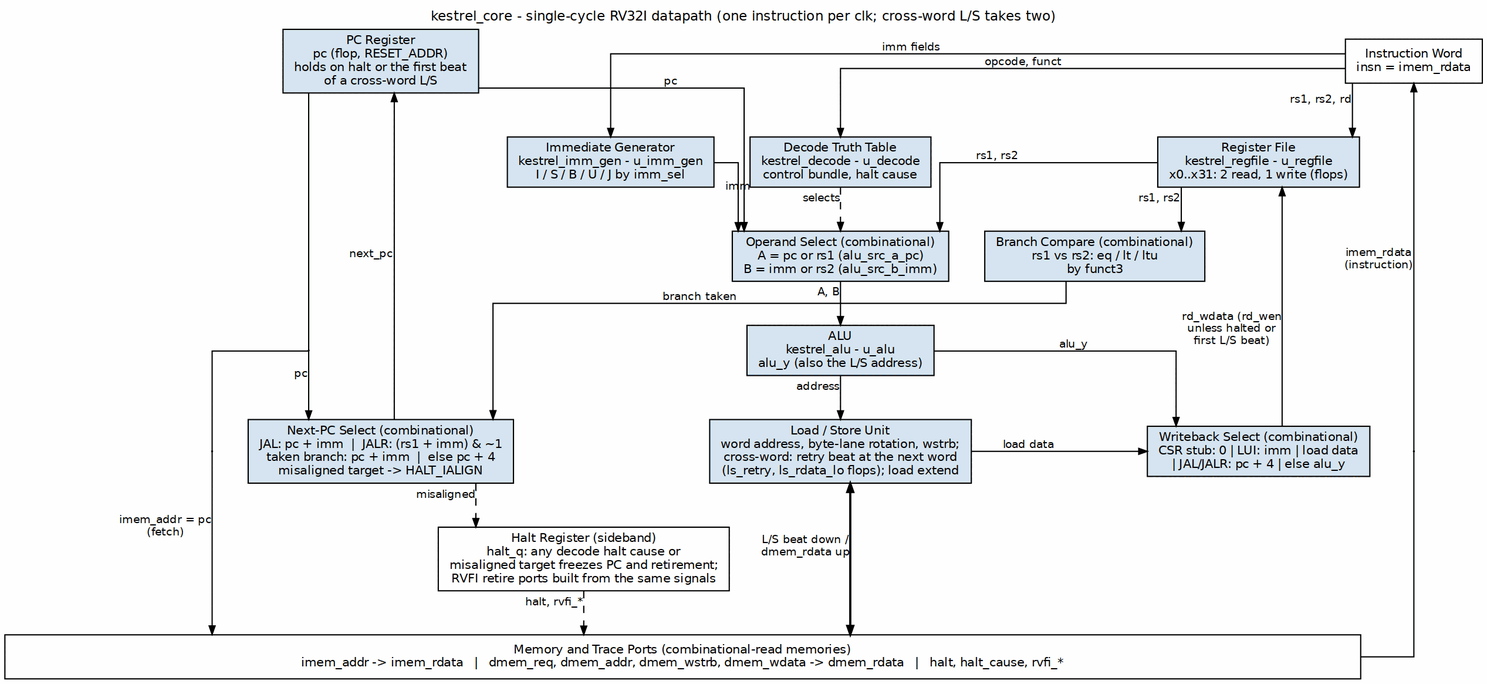
Earlier version of the Graphviz export projects/components/riscv-ip/kestrel-rv32i/docs/kestrel_mas/assets/graphviz/kestrel_datapath.png (sean-galloway/RTLDesignSherpa). Its source is kept beside it as projects/components/riscv-ip/kestrel-rv32i/docs/kestrel_mas/assets/graphviz/kestrel_datapath.dot. Source of this version:
```dot
digraph kestrel_datapath {
    graph [rankdir=TB, bgcolor="white", fontname="Helvetica", fontsize=11,
           nodesep="0.40", ranksep="0.50", splines=ortho, newrank=true,
           labelloc=t, labeljust=c];
    node  [fontname="Helvetica", fontsize=10, shape=box, style=filled,
           fillcolor="#D6E4F0", color="black", margin="0.12,0.06"];
    edge  [fontname="Helvetica", fontsize=9, color="black", arrowsize=0.7];
    label="kestrel_core - single-cycle RV32I datapath (one instruction per clk; cross-word L/S takes two)";

    pc    [label="PC Register\npc (flop, RESET_ADDR)\nholds on halt or the first beat\nof a cross-word L/S", group=L];
    dec   [label="Decode Truth Table\nkestrel_decode - u_decode\ncontrol bundle, halt cause", group=C];
    immg  [label="Immediate Generator\nkestrel_imm_gen - u_imm_gen\nI / S / B / U / J by imm_sel", group=I];
    rf    [label="Register File\nkestrel_regfile - u_regfile\nx0..x31: 2 read, 1 write (flops)", group=R];

    srcm  [label="Operand Select (combinational)\nA = pc or rs1 (alu_src_a_pc)\nB = imm or rs2 (alu_src_b_imm)", group=C];
    cmp   [label="Branch Compare (combinational)\nrs1 vs rs2: eq / lt / ltu\nby funct3", group=I];
    alu   [label="ALU\nkestrel_alu - u_alu\nalu_y (also the L/S address)", group=C];
    npc   [label="Next-PC Select (combinational)\nJAL: pc + imm  |  JALR: (rs1 + imm) & ~1\ntaken branch: pc + imm  |  else pc + 4\nmisaligned target -> HALT_IALIGN", group=L];
    lsu   [label="Load / Store Unit\nword address, byte-lane rotation, wstrb;\ncross-word: retry beat at the next word\n(ls_retry, ls_rdata_lo flops); load extend", group=C];
    wb    [label="Writeback Select (combinational)\nCSR stub: 0 | LUI: imm | load data\n| JAL/JALR: pc + 4 | else alu_y", group=R];
    hlt   [label="Halt Register (sideband)\nhalt_q: any decode halt cause or\nmisaligned target freezes PC and retirement;\nRVFI retire ports built from the same signals", fillcolor="white"];

    bar   [label="Memory and Trace Ports (combinational-read memories)\nimem_addr -> imem_rdata   |   dmem_req, dmem_addr, dmem_wstrb, dmem_wdata -> dmem_rdata   |   halt, halt_cause, rvfi_*",
           fillcolor="white", width=15.4];

    p_pc  [shape=point, width=0.01, group=L];
    pc    -> p_pc [arrowhead=none, headclip=false];
    p_pc  -> npc  [tailclip=false, xlabel="pc"];
    p_f   [shape=point, width=0.01, group=F];
    p_pc  -> p_f  [arrowhead=none, tailclip=false, headclip=false];
    p_f   -> bar  [tailclip=false, xlabel="imem_addr = pc\n(fetch)"];
    p_r   [shape=point, width=0.01, group=Q];
    insn  -> p_r  [dir=back, headclip=false, xlabel="imem_rdata\n(instruction)"];
    p_r   -> bar  [dir=none, tailclip=false];

    insn  [label="Instruction Word\ninsn = imem_rdata", fillcolor="white", group=Q];
    insn  -> dec  [xlabel="opcode, funct"];
    insn  -> immg [xlabel="imm fields"];
    insn  -> rf   [xlabel="rs1, rs2, rd"];

    dec   -> srcm [style=dashed, xlabel="selects"];
    immg  -> srcm [xlabel="imm"];
    rf    -> srcm [xlabel="rs1, rs2"];
    pc    -> srcm [xlabel="pc"];
    rf    -> cmp  [xlabel="rs1, rs2"];
    srcm  -> alu  [xlabel="A, B"];
    alu   -> lsu  [xlabel="address"];
    lsu   -> bar  [dir=both, xlabel="L/S beat down /\ndmem_rdata up", penwidth=1.8];
    lsu   -> wb   [xlabel="load data"];
    alu   -> wb   [xlabel="alu_y"];
    cmp   -> npc  [xlabel="branch taken"];
    pc    -> npc  [dir=back, xlabel="next_pc"];

    npc   -> hlt  [style=dashed, xlabel="misaligned"];
    rf    -> wb   [dir=back, xlabel="rd_wdata (rd_wen\nunless halted or\nfirst L/S beat)"];
    hlt   -> bar  [style=dashed, xlabel="halt, rvfi_*"];

    { rank=same; pc; insn; }
    { rank=same; dec; immg; rf; }
    { rank=same; srcm; cmp; }
    { rank=same; npc; lsu; wb; p_r; p_f; }
    p_f -> npc [style=invis];
    wb -> p_r [style=invis];
}
```
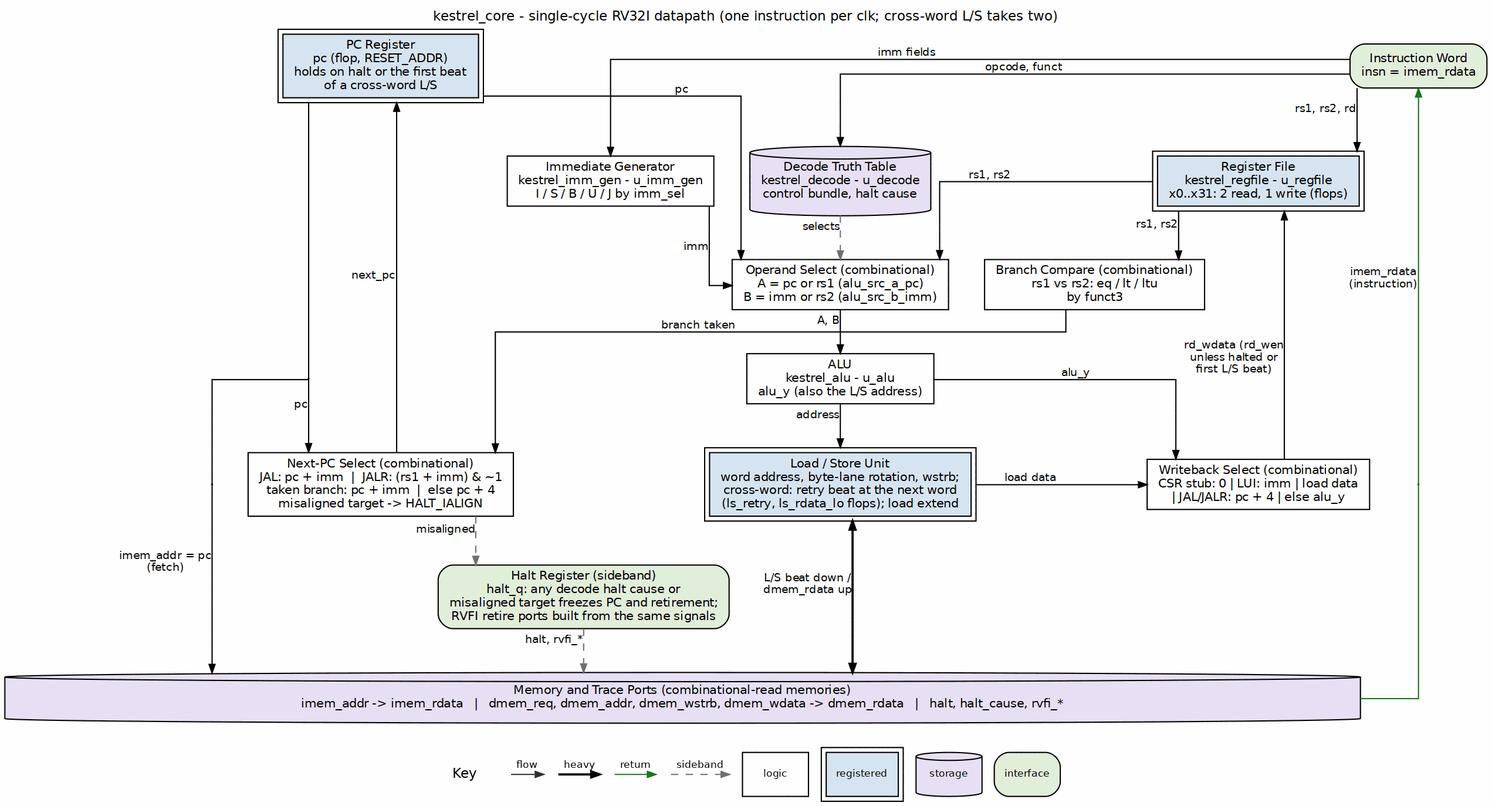
Above is the later version.

Change to the diagram source:
```diff
@@ -3,25 +3,25 @@
            nodesep="0.40", ranksep="0.50", splines=ortho, newrank=true,
            labelloc=t, labeljust=c];
     node  [fontname="Helvetica", fontsize=10, shape=box, style=filled,
-           fillcolor="#D6E4F0", color="black", margin="0.12,0.06"];
+           fillcolor="white", color="black", margin="0.12,0.06"];
     edge  [fontname="Helvetica", fontsize=9, color="black", arrowsize=0.7];
     label="kestrel_core - single-cycle RV32I datapath (one instruction per clk; cross-word L/S takes two)";
 
-    pc    [label="PC Register\npc (flop, RESET_ADDR)\nholds on halt or the first beat\nof a cross-word L/S", group=L];
-    dec   [label="Decode Truth Table\nkestrel_decode - u_decode\ncontrol bundle, halt cause", group=C];
-    immg  [label="Immediate Generator\nkestrel_imm_gen - u_imm_gen\nI / S / B / U / J by imm_sel", group=I];
-    rf    [label="Register File\nkestrel_regfile - u_regfile\nx0..x31: 2 read, 1 write (flops)", group=R];
+    pc    [label="PC Register\npc (flop, RESET_ADDR)\nholds on halt or the first beat\nof a cross-word L/S", group=L, peripheries=2, style="filled", fillcolor="#D6E4F0"];
+    dec   [label="Decode Truth Table\nkestrel_decode - u_decode\ncontrol bundle, halt cause", group=C, shape=cylinder, style="filled", fillcolor="#E8DFF5"];
+    immg  [label="Immediate Generator\nkestrel_imm_gen - u_imm_gen\nI / S / B / U / J by imm_sel", group=I, style="filled", fillcolor="white"];
+    rf    [label="Register File\nkestrel_regfile - u_regfile\nx0..x31: 2 read, 1 write (flops)", group=R, peripheries=2, style="filled", fillcolor="#D6E4F0"];
 
-    srcm  [label="Operand Select (combinational)\nA = pc or rs1 (alu_src_a_pc)\nB = imm or rs2 (alu_src_b_imm)", group=C];
-    cmp   [label="Branch Compare (combinational)\nrs1 vs rs2: eq / lt / ltu\nby funct3", group=I];
-    alu   [label="ALU\nkestrel_alu - u_alu\nalu_y (also the L/S address)", group=C];
-    npc   [label="Next-PC Select (combinational)\nJAL: pc + imm  |  JALR: (rs1 + imm) & ~1\ntaken branch: pc + imm  |  else pc + 4\nmisaligned target -> HALT_IALIGN", group=L];
-    lsu   [label="Load / Store Unit\nword address, byte-lane rotation, wstrb;\ncross-word: retry beat at the next word\n(ls_retry, ls_rdata_lo flops); load extend", group=C];
-    wb    [label="Writeback Select (combinational)\nCSR stub: 0 | LUI: imm | load data\n| JAL/JALR: pc + 4 | else alu_y", group=R];
-    hlt   [label="Halt Register (sideband)\nhalt_q: any decode halt cause or\nmisaligned target freezes PC and retirement;\nRVFI retire ports built from the same signals", fillcolor="white"];
+    srcm  [label="Operand Select (combinational)\nA = pc or rs1 (alu_src_a_pc)\nB = imm or rs2 (alu_src_b_imm)", group=C, style="filled", fillcolor="white"];
+    cmp   [label="Branch Compare (combinational)\nrs1 vs rs2: eq / lt / ltu\nby funct3", group=I, style="filled", fillcolor="white"];
+    alu   [label="ALU\nkestrel_alu - u_alu\nalu_y (also the L/S address)", group=C, style="filled", fillcolor="white"];
+    npc   [label="Next-PC Select (combinational)\nJAL: pc + imm  |  JALR: (rs1 + imm) & ~1\ntaken branch: pc + imm  |  else pc + 4\nmisaligned target -> HALT_IALIGN", group=L, style="filled", fillcolor="white"];
+    lsu   [label="Load / Store Unit\nword address, byte-lane rotation, wstrb;\ncross-word: retry beat at the next word\n(ls_retry, ls_rdata_lo flops); load extend", group=C, peripheries=2, style="filled", fillcolor="#D6E4F0"];
+    wb    [label="Writeback Select (combinational)\nCSR stub: 0 | LUI: imm | load data\n| JAL/JALR: pc + 4 | else alu_y", group=R, style="filled", fillcolor="white"];
+    hlt   [label="Halt Register (sideband)\nhalt_q: any decode halt cause or\nmisaligned target freezes PC and retirement;\nRVFI retire ports built from the same signals", fillcolor="white", style="rounded,filled", fillcolor="#E2EFDA"];
 
     bar   [label="Memory and Trace Ports (combinational-read memories)\nimem_addr -> imem_rdata   |   dmem_req, dmem_addr, dmem_wstrb, dmem_wdata -> dmem_rdata   |   halt, halt_cause, rvfi_*",
-           fillcolor="white", width=15.4];
+           fillcolor="white", width=15.4, shape=cylinder, style="filled", fillcolor="#E8DFF5"];
 
     p_pc  [shape=point, width=0.01, group=L];
     pc    -> p_pc [arrowhead=none, headclip=false];
@@ -30,15 +30,15 @@
     p_pc  -> p_f  [arrowhead=none, tailclip=false, headclip=false];
     p_f   -> bar  [tailclip=false, xlabel="imem_addr = pc\n(fetch)"];
     p_r   [shape=point, width=0.01, group=Q];
-    insn  -> p_r  [dir=back, headclip=false, xlabel="imem_rdata\n(instruction)"];
-    p_r   -> bar  [dir=none, tailclip=false];
+    insn  -> p_r  [color="#1A7A1A", dir=back, headclip=false, xlabel="imem_rdata\n(instruction)"];
+    p_r   -> bar  [color="#1A7A1A", dir=none, tailclip=false];
 
-    insn  [label="Instruction Word\ninsn = imem_rdata", fillcolor="white", group=Q];
+    insn  [label="Instruction Word\ninsn = imem_rdata", fillcolor="white", group=Q, style="rounded,filled", fillcolor="#E2EFDA"];
     insn  -> dec  [xlabel="opcode, funct"];
     insn  -> immg [xlabel="imm fields"];
     insn  -> rf   [xlabel="rs1, rs2, rd"];
 
-    dec   -> srcm [style=dashed, xlabel="selects"];
+    dec   -> srcm [style=dashed, color="#777777", xlabel="selects"];
     immg  -> srcm [xlabel="imm"];
     rf    -> srcm [xlabel="rs1, rs2"];
     pc    -> srcm [xlabel="pc"];
@@ -51,9 +51,9 @@
     cmp   -> npc  [xlabel="branch taken"];
     pc    -> npc  [dir=back, xlabel="next_pc"];
 
-    npc   -> hlt  [style=dashed, xlabel="misaligned"];
+    npc   -> hlt  [style=dashed, color="#777777", xlabel="misaligned"];
     rf    -> wb   [dir=back, xlabel="rd_wdata (rd_wen\nunless halted or\nfirst L/S beat)"];
-    hlt   -> bar  [style=dashed, xlabel="halt, rvfi_*"];
+    hlt   -> bar  [style=dashed, color="#777777", xlabel="halt, rvfi_*"];
 
     { rank=same; pc; insn; }
     { rank=same; dec; immg; rf; }
```
